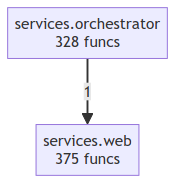
The Mermaid diagram project/compact_flow.png in wronai/mullm, before a commit. Its source is kept beside it as project/compact_flow.mmd.
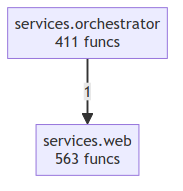
The same file after the commit.

Change to the diagram source:
```diff
@@ -1,4 +1,4 @@
 flowchart TD
-    services__orchestrator["services.orchestrator<br/>328 funcs"]
-    services__web["services.web<br/>375 funcs"]
+    services__orchestrator["services.orchestrator<br/>411 funcs"]
+    services__web["services.web<br/>563 funcs"]
     services__orchestrator -->|1| services__web
```
